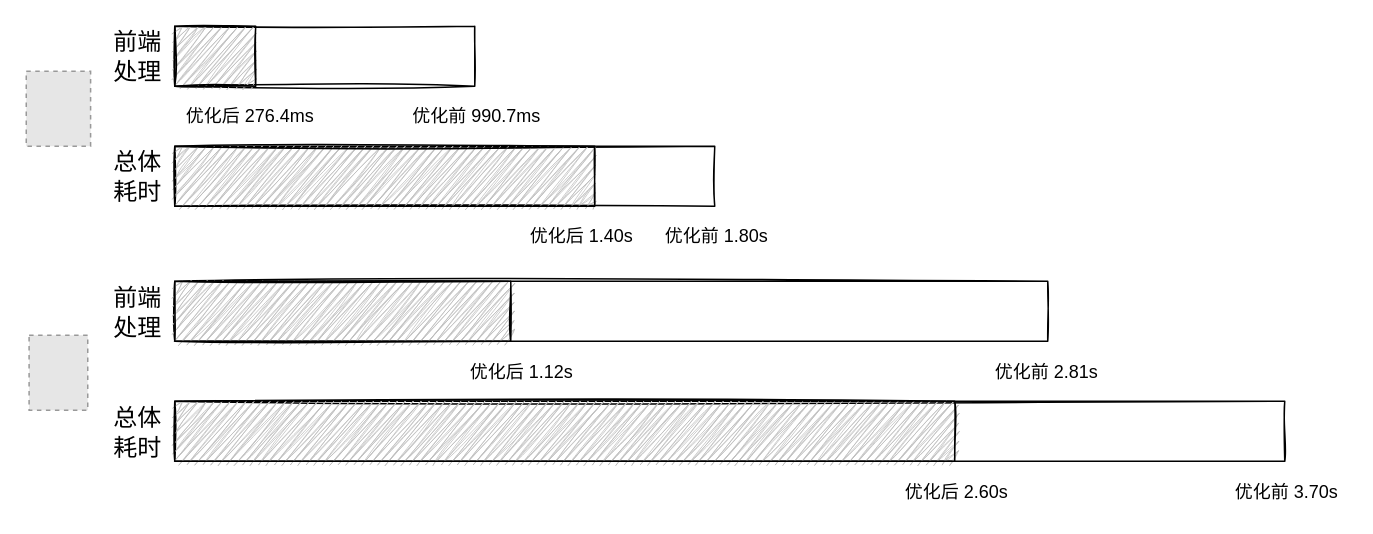
Before: 2021 Promotion/App Result Diagram.drawio in harrybaa/drawio, a draw.io diagram. Source tidied: cells renumbered, new cells numbered last; positions are measured from the earlier drawing's top-left corner, leaving out a move shared by most shapes. Both pictures are drawn from the tidied source at 150%, with x=0, y=0 at pixel (26, 26). Pictures stored in the file or linked from it are replaced by grey dashed boxes.
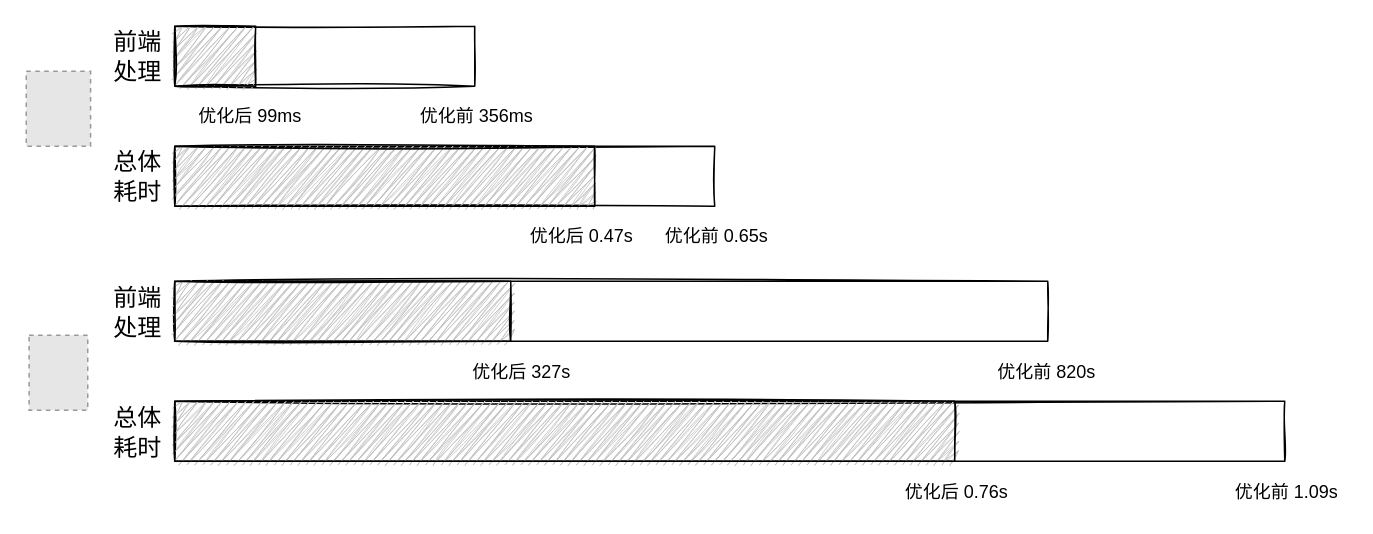
After the change.

What changed in the source:
```diff
@@
-    <mxCell id="8" value="优化后 1.40s" style="text;html=1;align=center;verticalAlign=middle;strokeColor=none;fillColor=none;" parent="1" vertex="1">
+    <mxCell id="8" value="优化后 0.47s" style="text;html=1;align=center;verticalAlign=middle;strokeColor=none;fillColor=none;" parent="1" vertex="1">
       <mxGeometry x="330" y="130" width="80" height="20" as="geometry" />
     </mxCell>
-    <mxCell id="9" value="优化前 1.80s" style="text;html=1;align=center;verticalAlign=middle;strokeColor=none;fillColor=none;" parent="1" vertex="1">
+    <mxCell id="9" value="优化前 0.65s" style="text;html=1;align=center;verticalAlign=middle;strokeColor=none;fillColor=none;" parent="1" vertex="1">
       <mxGeometry x="420" y="130" width="80" height="20" as="geometry" />
     </mxCell>
-    <mxCell id="10" value="优化前 3.70s" style="text;html=1;align=center;verticalAlign=middle;strokeColor=none;fillColor=none;" parent="1" vertex="1">
+    <mxCell id="10" value="优化前 1.09s" style="text;html=1;align=center;verticalAlign=middle;strokeColor=none;fillColor=none;" parent="1" vertex="1">
       <mxGeometry x="800" y="301" width="80" height="20" as="geometry" />
     </mxCell>
-    <mxCell id="11" value="优化后 2.60s" style="text;html=1;align=center;verticalAlign=middle;strokeColor=none;fillColor=none;" parent="1" vertex="1">
+    <mxCell id="11" value="优化后 0.76s" style="text;html=1;align=center;verticalAlign=middle;strokeColor=none;fillColor=none;" parent="1" vertex="1">
       <mxGeometry x="580" y="301" width="80" height="20" as="geometry" />
     </mxCell>
@@
-    <mxCell id="14" value="优化后 276.4ms" style="text;html=1;align=center;verticalAlign=middle;strokeColor=none;fillColor=none;" parent="1" vertex="1">
-      <mxGeometry x="99" y="50" width="100" height="20" as="geometry" />
+    <mxCell id="14" value="优化后 99ms" style="text;html=1;align=center;verticalAlign=middle;strokeColor=none;fillColor=none;" parent="1" vertex="1">
+      <mxGeometry x="109" y="50" width="80" height="20" as="geometry" />
     </mxCell>
-    <mxCell id="15" value="优化前 990.7ms" style="text;html=1;align=center;verticalAlign=middle;strokeColor=none;fillColor=none;" parent="1" vertex="1">
-      <mxGeometry x="250" y="50" width="100" height="20" as="geometry" />
+    <mxCell id="15" value="优化前 356ms" style="text;html=1;align=center;verticalAlign=middle;strokeColor=none;fillColor=none;" parent="1" vertex="1">
+      <mxGeometry x="255" y="50" width="90" height="20" as="geometry" />
     </mxCell>
@@
-    <mxCell id="20" value="优化前 2.81s" style="text;html=1;align=center;verticalAlign=middle;strokeColor=none;fillColor=none;" parent="1" vertex="1">
+    <mxCell id="20" value="优化前 820s" style="text;html=1;align=center;verticalAlign=middle;strokeColor=none;fillColor=none;" parent="1" vertex="1">
       <mxGeometry x="640" y="221" width="80" height="20" as="geometry" />
     </mxCell>
-    <mxCell id="21" value="优化后 1.12s" style="text;html=1;align=center;verticalAlign=middle;strokeColor=none;fillColor=none;" parent="1" vertex="1">
+    <mxCell id="21" value="优化后 327s" style="text;html=1;align=center;verticalAlign=middle;strokeColor=none;fillColor=none;" parent="1" vertex="1">
       <mxGeometry x="290" y="221" width="80" height="20" as="geometry" />
     </mxCell>
```
